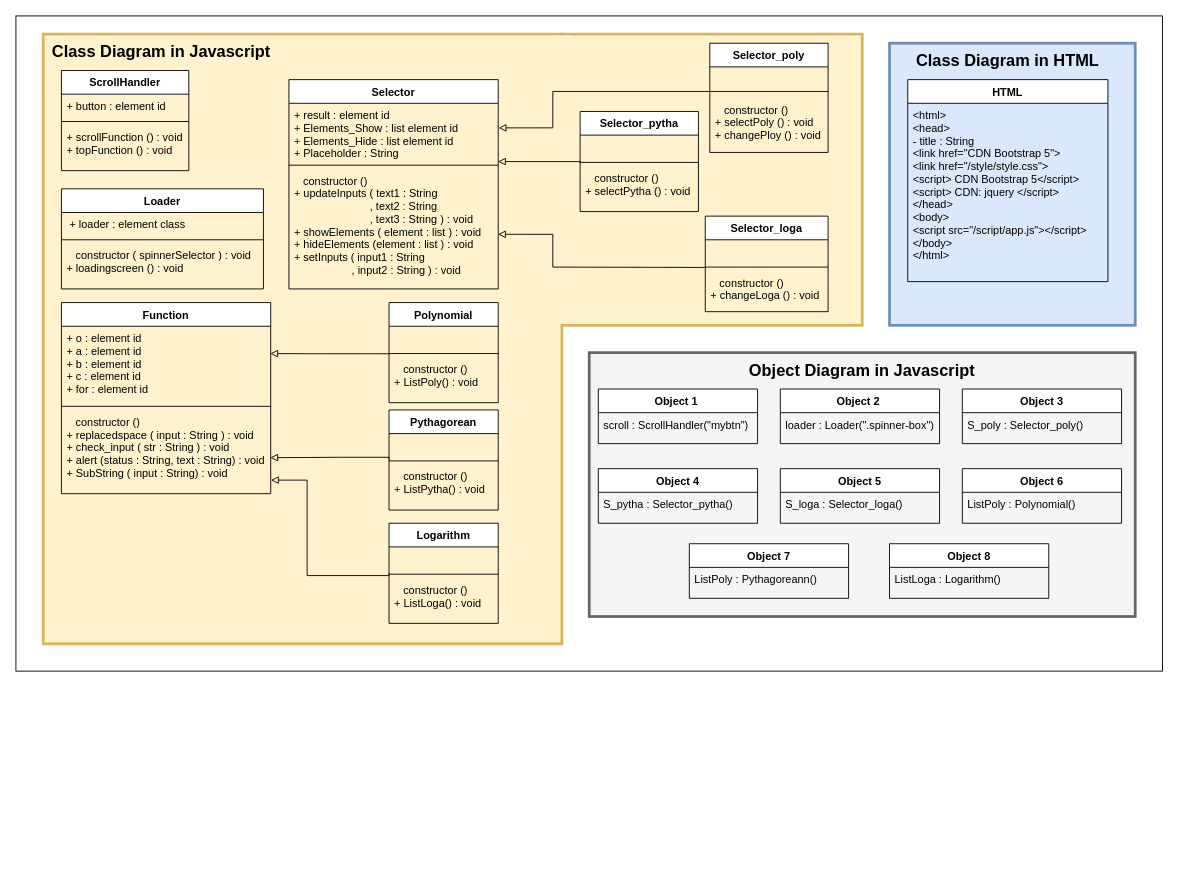
This is Diagram draw.io/Class Diagram.drawio from Artorn25/Math-Solver, a draw.io file, before an edit. Source tidied: cells renumbered, new cells numbered last; positions are measured from the earlier drawing's top-left corner, leaving out a move shared by most shapes. Both pictures are drawn from the tidied source at 91%, with x=0, y=0 at pixel (15, 15).
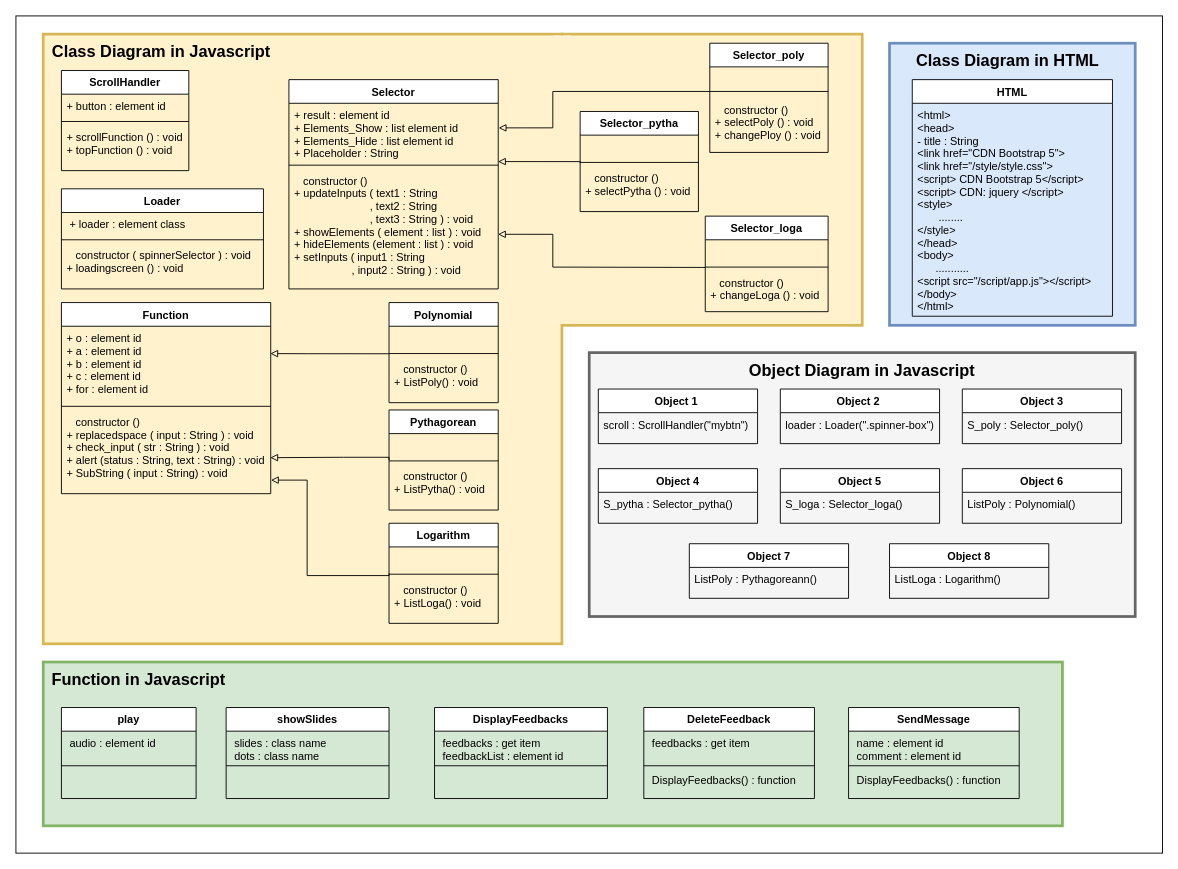
Above is the later version.

Change to the diagram source:
```diff
@@
     <mxCell id="2" style="rounded=0;whiteSpace=wrap;html=1;fontSize=18;fontColor=none;" parent="1" vertex="1">
-      <mxGeometry width="1260" height="720" as="geometry" />
+      <mxGeometry width="1260" height="920" as="geometry" />
     </mxCell>
@@
     <mxCell id="43" value="HTML" style="swimlane;fontStyle=1;align=center;verticalAlign=top;horizontal=1;startSize=26;rounded=0;shadow=0;strokeWidth=1;" parent="1" vertex="1">
-      <mxGeometry x="980" y="70" width="220" height="222" as="geometry" />
+      <mxGeometry x="985" y="70" width="220" height="260" as="geometry" />
     </mxCell>
-    <mxCell id="44" value="&lt;html&gt;&#10;&lt;head&gt;&#10;- title : String&#10;&lt;link href=&quot;CDN Bootstrap 5&quot;&gt;&#10;&lt;link href=&quot;/style/style.css&quot;&gt;&#10;&lt;script&gt; CDN Bootstrap 5&lt;/script&gt;&#10;&lt;script&gt; CDN: jquery &lt;/script&gt;&#10;&lt;/head&gt; &#10;&lt;body&gt;&#10;&lt;script src=&quot;/script/app.js&quot;&gt;&lt;/script&gt;&#10;&lt;/body&gt; &#10;&lt;/html&gt;" style="text;align=left;verticalAlign=top;spacingLeft=4;spacingRight=4;overflow=hidden;" parent="43" vertex="1">
-      <mxGeometry y="26" width="220" height="184" as="geometry" />
+    <mxCell id="44" value="&lt;html&gt;&#10;&lt;head&gt;&#10;- title : String&#10;&lt;link href=&quot;CDN Bootstrap 5&quot;&gt;&#10;&lt;link href=&quot;/style/style.css&quot;&gt;&#10;&lt;script&gt; CDN Bootstrap 5&lt;/script&gt;&#10;&lt;script&gt; CDN: jquery &lt;/script&gt;&#10;&lt;style&gt; &#10;       ........&#10;&lt;/style&gt;&#10;&lt;/head&gt; &#10;&lt;body&gt;&#10;      ...........&#10;&lt;script src=&quot;/script/app.js&quot;&gt;&lt;/script&gt;&#10;&lt;/body&gt; &#10;&lt;/html&gt;&#10;" style="text;align=left;verticalAlign=top;spacingLeft=4;spacingRight=4;overflow=hidden;" parent="43" vertex="1">
+      <mxGeometry y="26" width="220" height="234" as="geometry" />
     </mxCell>
@@
+    <mxCell id="75" style="rounded=0;whiteSpace=wrap;html=1;fillColor=#d5e8d4;strokeColor=#82b366;strokeWidth=3;" parent="1" vertex="1">
+      <mxGeometry x="30" y="710" width="1120" height="180" as="geometry" />
+    </mxCell>
+    <mxCell id="76" value="Function in Javascript" style="text;html=1;strokeColor=none;fillColor=none;align=center;verticalAlign=middle;whiteSpace=wrap;rounded=0;fontColor=none;fontStyle=1;fontSize=18;" parent="1" vertex="1">
+      <mxGeometry x="30" y="720" width="210" height="20" as="geometry" />
+    </mxCell>
+    <mxCell id="77" value="play" style="swimlane;fontStyle=1;align=center;verticalAlign=top;horizontal=1;startSize=26;rounded=0;shadow=0;strokeWidth=1;" parent="1" vertex="1">
+      <mxGeometry x="50" y="760" width="148" height="100" as="geometry" />
+    </mxCell>
+    <mxCell id="78" value=" audio : element id " style="text;align=left;verticalAlign=top;spacingLeft=4;spacingRight=4;overflow=hidden;spacingTop=0;" parent="77" vertex="1">
+      <mxGeometry y="26" width="148" height="34" as="geometry" />
+    </mxCell>
+    <mxCell id="79" style="line;html=1;strokeWidth=1;align=left;verticalAlign=middle;spacingTop=-1;spacingLeft=3;spacingRight=3;labelPosition=right;" parent="77" vertex="1">
+      <mxGeometry y="60" width="148" height="8" as="geometry" />
+    </mxCell>
+    <mxCell id="80" value="showSlides" style="swimlane;fontStyle=1;align=center;verticalAlign=top;horizontal=1;startSize=26;rounded=0;shadow=0;strokeWidth=1;" parent="1" vertex="1">
+      <mxGeometry x="231" y="760" width="179" height="100" as="geometry" />
+    </mxCell>
+    <mxCell id="81" value=" slides : class name&#10; dots : class name " style="text;align=left;verticalAlign=top;spacingLeft=4;spacingRight=4;overflow=hidden;spacingTop=0;" parent="80" vertex="1">
+      <mxGeometry y="26" width="179" height="34" as="geometry" />
+    </mxCell>
+    <mxCell id="82" style="line;html=1;strokeWidth=1;align=left;verticalAlign=middle;spacingTop=-1;spacingLeft=3;spacingRight=3;labelPosition=right;" parent="80" vertex="1">
+      <mxGeometry y="60" width="179" height="8" as="geometry" />
+    </mxCell>
+    <mxCell id="83" value="DisplayFeedbacks" style="swimlane;fontStyle=1;align=center;verticalAlign=top;horizontal=1;startSize=26;rounded=0;shadow=0;strokeWidth=1;" parent="1" vertex="1">
+      <mxGeometry x="460" y="760" width="190" height="100" as="geometry" />
+    </mxCell>
+    <mxCell id="84" value=" feedbacks : get item&#10; feedbackList : element id " style="text;align=left;verticalAlign=top;spacingLeft=4;spacingRight=4;overflow=hidden;spacingTop=0;" parent="83" vertex="1">
+      <mxGeometry y="26" width="190" height="34" as="geometry" />
+    </mxCell>
+    <mxCell id="85" style="line;html=1;strokeWidth=1;align=left;verticalAlign=middle;spacingTop=-1;spacingLeft=3;spacingRight=3;labelPosition=right;" parent="83" vertex="1">
+      <mxGeometry y="60" width="190" height="8" as="geometry" />
+    </mxCell>
+    <mxCell id="86" value="DeleteFeedback" style="swimlane;fontStyle=1;align=center;verticalAlign=top;horizontal=1;startSize=26;rounded=0;shadow=0;strokeWidth=1;" parent="1" vertex="1">
+      <mxGeometry x="690" y="760" width="187.5" height="100" as="geometry" />
+    </mxCell>
+    <mxCell id="87" value=" feedbacks : get item&#10; " style="text;align=left;verticalAlign=top;spacingLeft=4;spacingRight=4;overflow=hidden;spacingTop=0;" parent="86" vertex="1">
+      <mxGeometry y="26" width="187.5" height="34" as="geometry" />
+    </mxCell>
+    <mxCell id="88" style="line;html=1;strokeWidth=1;align=left;verticalAlign=middle;spacingTop=-1;spacingLeft=3;spacingRight=3;labelPosition=right;" parent="86" vertex="1">
+      <mxGeometry y="60" width="187.5" height="8" as="geometry" />
+    </mxCell>
+    <mxCell id="89" value=" DisplayFeedbacks() : function" style="text;align=left;verticalAlign=top;spacingLeft=4;spacingRight=4;overflow=hidden;" parent="1" vertex="1">
+      <mxGeometry x="690" y="826" width="175" height="34" as="geometry" />
+    </mxCell>
+    <mxCell id="90" value="SendMessage" style="swimlane;fontStyle=1;align=center;verticalAlign=top;horizontal=1;startSize=26;rounded=0;shadow=0;strokeWidth=1;" parent="1" vertex="1">
+      <mxGeometry x="915" y="760" width="187.5" height="100" as="geometry" />
+    </mxCell>
+    <mxCell id="91" value=" name : element id&#10; comment : element id&#10; " style="text;align=left;verticalAlign=top;spacingLeft=4;spacingRight=4;overflow=hidden;spacingTop=0;" parent="90" vertex="1">
+      <mxGeometry y="26" width="187.5" height="34" as="geometry" />
+    </mxCell>
+    <mxCell id="92" style="line;html=1;strokeWidth=1;align=left;verticalAlign=middle;spacingTop=-1;spacingLeft=3;spacingRight=3;labelPosition=right;" parent="90" vertex="1">
+      <mxGeometry y="60" width="187.5" height="8" as="geometry" />
+    </mxCell>
+    <mxCell id="93" value=" DisplayFeedbacks() : function" style="text;align=left;verticalAlign=top;spacingLeft=4;spacingRight=4;overflow=hidden;" parent="1" vertex="1">
+      <mxGeometry x="915" y="826" width="175" height="34" as="geometry" />
+    </mxCell>
```
